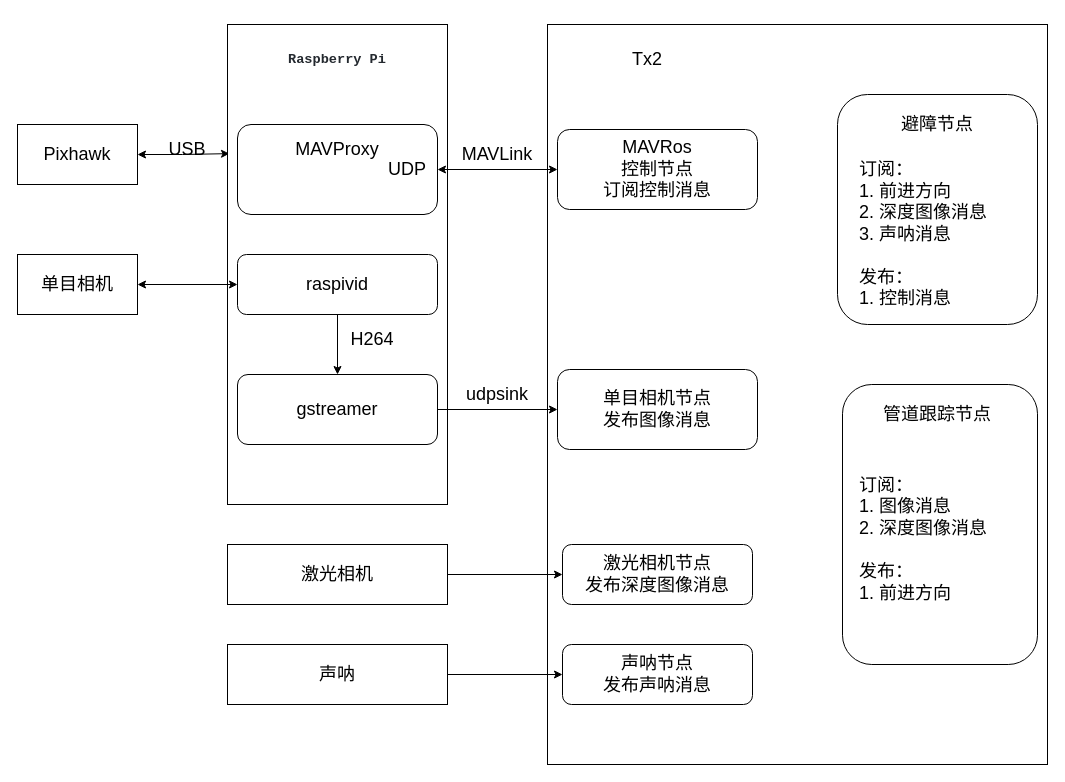
Before: Untitled Diagram.drawio in duaneya/tool_man, a draw.io diagram. Source tidied: cells renumbered, new cells numbered last; positions are measured from the earlier drawing's top-left corner, leaving out a move shared by most shapes. Both pictures are drawn from the tidied source at 100%, with x=0, y=0 at pixel (17, 24).
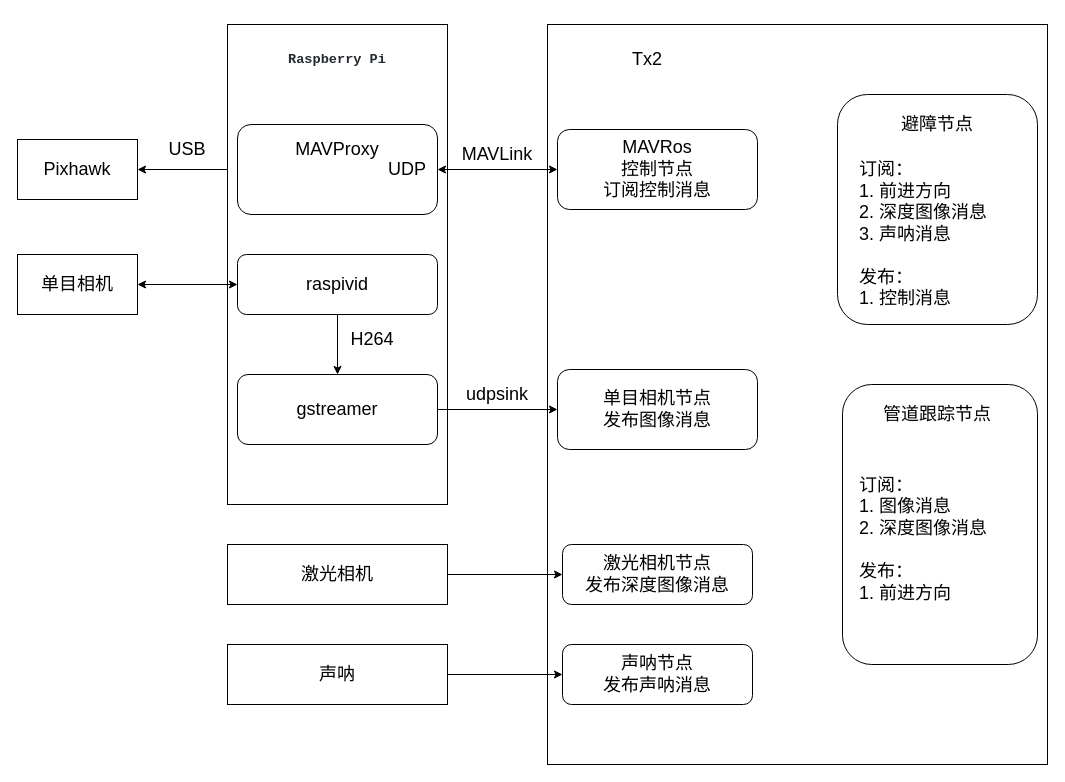
Above is the later version.

Unchanged cells that the change refers to:
```xml
<mxCell id="4" value="&lt;pre style=&quot;box-sizing: border-box ; font-family: , , &amp;#34;sf mono&amp;#34; , &amp;#34;menlo&amp;#34; , &amp;#34;consolas&amp;#34; , &amp;#34;liberation mono&amp;#34; , monospace ; font-size: 13.6px ; margin-top: 0px ; overflow-wrap: normal ; padding: 16px ; overflow: auto ; line-height: 1.45 ; border-radius: 6px ; color: rgb(36 , 41 , 47) ; margin-bottom: 0px&quot;&gt;&lt;br&gt;&lt;/pre&gt;" style="rounded=0;whiteSpace=wrap;html=1;fontSize=18;" parent="1" vertex="1">
  <mxGeometry x="210" width="220" height="480" as="geometry" />
</mxCell>
<mxCell id="7" style="rounded=1;whiteSpace=wrap;html=1;fontSize=18;" parent="1" vertex="1">
  <mxGeometry x="220" y="100" width="200" height="90" as="geometry" />
</mxCell>
```

The edit, as a diff of the source:
```diff
@@
-    <mxCell id="2" style="edgeStyle=orthogonalEdgeStyle;rounded=0;jettySize=auto;html=1;entryX=0.009;entryY=0.269;entryDx=0;entryDy=0;entryPerimeter=0;fontSize=18;startArrow=classic;startFill=1;" parent="1" edge="1" source="3" target="4">
+    <mxCell id="2" style="edgeStyle=orthogonalEdgeStyle;rounded=0;jettySize=auto;html=1;entryX=0;entryY=0.5;entryDx=0;entryDy=0;fontSize=18;startArrow=classic;startFill=1;" parent="1" edge="1" source="3" target="7">
       <mxGeometry relative="1" as="geometry" />
     </mxCell>
     <mxCell id="3" value="&lt;font style=&quot;font-size: 18px&quot;&gt;Pixhawk&lt;/font&gt;" style="rounded=0;whiteSpace=wrap;html=1;" parent="1" vertex="1">
-      <mxGeometry y="100" width="120" height="60" as="geometry" />
+      <mxGeometry y="115" width="120" height="60" as="geometry" />
     </mxCell>
```
